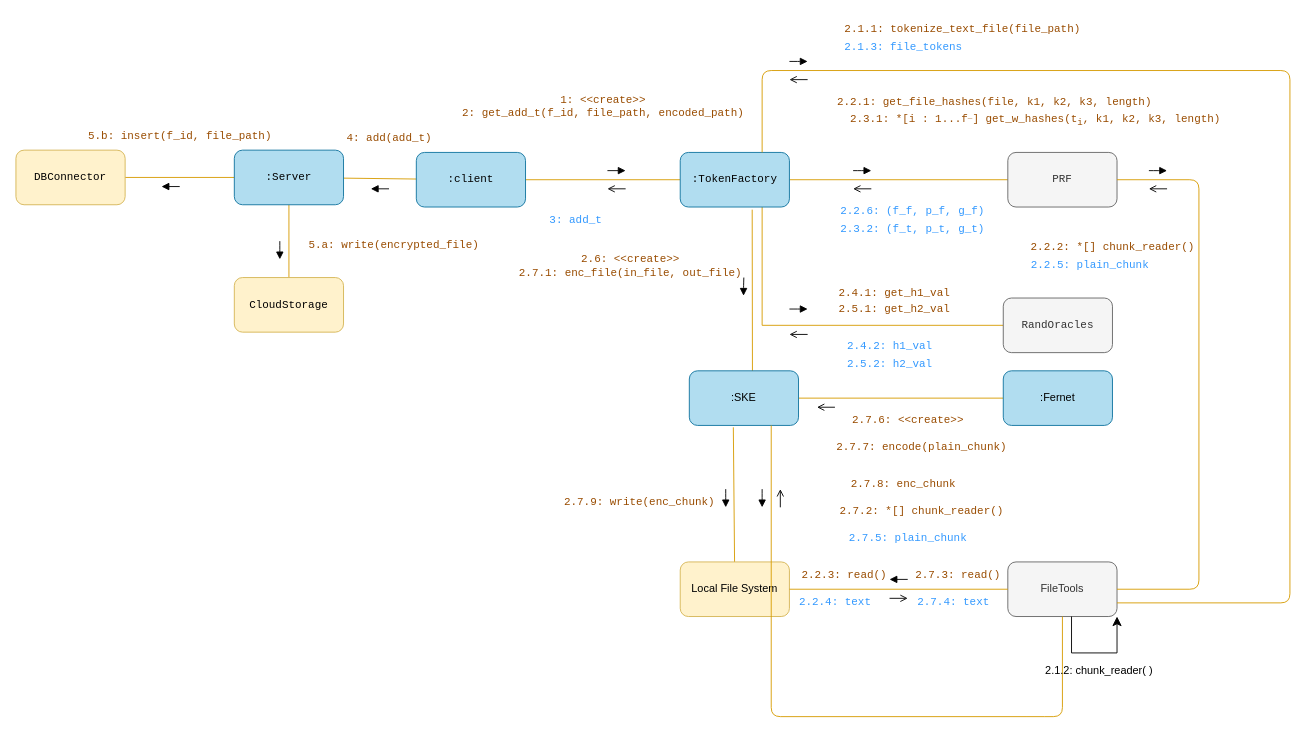
Above: page "add-communication" (2 of 4) of diagrams/behavioral/serevr-core.drawio in thisisel/dynamic-sse (draw.io), before the change. Source tidied: cells renumbered, new cells numbered last; positions are measured from the earlier drawing's top-left corner, leaving out a move shared by most shapes. Both pictures are drawn from the tidied source at 91%, with x=0, y=0 at pixel (15, 15).
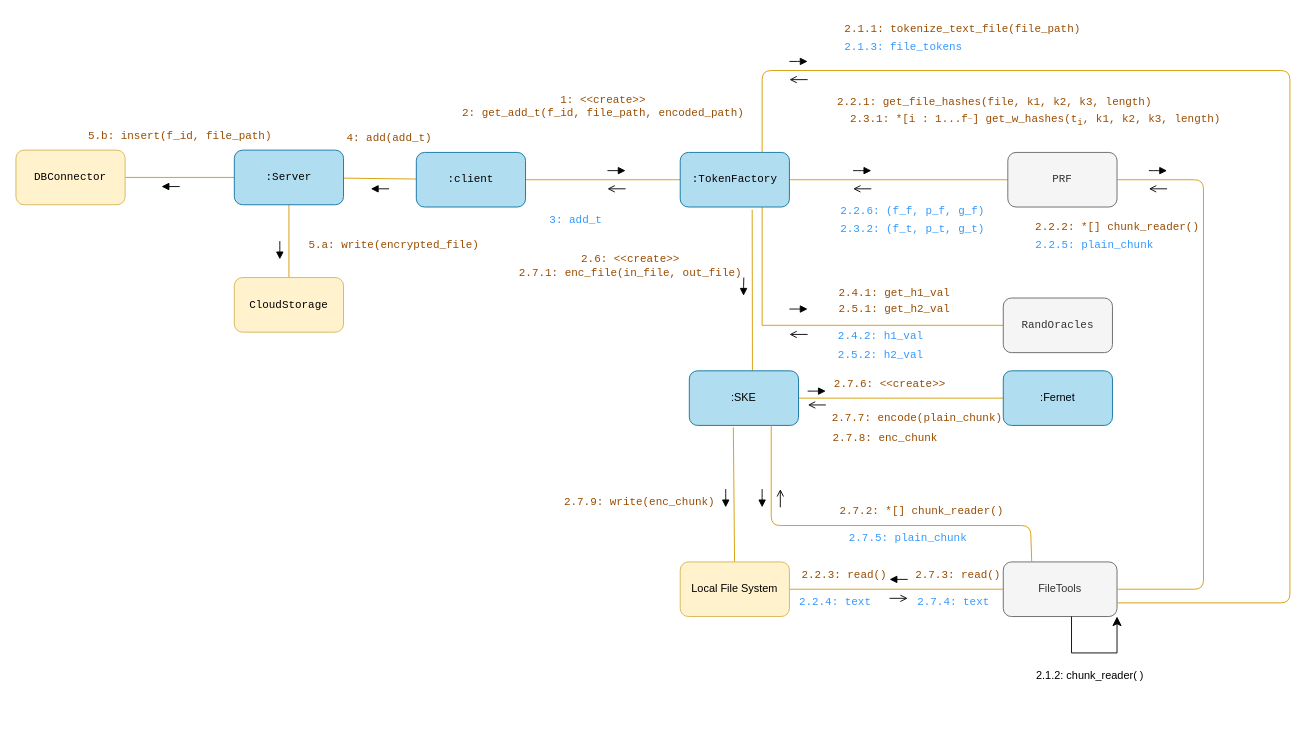
After the change.

The change refers to these unchanged cells:
```xml
<mxCell id="9" value="PRF" style="whiteSpace=wrap;html=1;rounded=1;fontFamily=Courier New;fillColor=#f5f5f5;strokeColor=#666666;fontColor=#333333;" parent="1" vertex="1">
  <mxGeometry x="1090" y="150" width="120" height="60" as="geometry" />
</mxCell>
<mxCell id="24" value=":SKE" style="rounded=1;whiteSpace=wrap;html=1;fillColor=#b1ddf0;strokeColor=#10739e;" parent="1" vertex="1">
  <mxGeometry x="740" y="390" width="120" height="60" as="geometry" />
</mxCell>
```

Diff of the diagram source:
```diff
@@
     <mxCell id="31" value="&lt;font color=&quot;#3399ff&quot;&gt;2.4.2: h1_val&lt;/font&gt;" style="text;html=1;align=center;verticalAlign=middle;strokeColor=none;fillColor=none;fontFamily=Courier New;" parent="1" vertex="1">
-      <mxGeometry x="900" y="347.5" width="120" height="30" as="geometry" />
+      <mxGeometry x="890" y="337.5" width="120" height="30" as="geometry" />
     </mxCell>
@@
     <mxCell id="33" value="&lt;font color=&quot;#3399ff&quot;&gt;2.5.2: h2_val&lt;/font&gt;" style="text;html=1;align=center;verticalAlign=middle;strokeColor=none;fillColor=none;fontFamily=Courier New;" parent="1" vertex="1">
-      <mxGeometry x="900" y="367.5" width="120" height="30" as="geometry" />
+      <mxGeometry x="890" y="357.5" width="120" height="30" as="geometry" />
     </mxCell>
@@
     <mxCell id="40" value="FileTools" style="whiteSpace=wrap;html=1;fillColor=#f5f5f5;strokeColor=#666666;rounded=1;fontColor=#333333;" parent="1" vertex="1">
-      <mxGeometry x="1090" y="600" width="120" height="60" as="geometry" />
+      <mxGeometry x="1085" y="600" width="125" height="60" as="geometry" />
     </mxCell>
-    <mxCell id="41" style="edgeStyle=none;html=1;endArrow=none;endFill=0;fillColor=#ffe6cc;strokeColor=#d79b00;exitX=0.75;exitY=1;exitDx=0;exitDy=0;" parent="1" edge="1" source="24" target="40">
+    <mxCell id="41" style="edgeStyle=none;html=1;endArrow=none;endFill=0;fillColor=#ffe6cc;strokeColor=#d79b00;exitX=0.75;exitY=1;exitDx=0;exitDy=0;entryX=0.25;entryY=0;entryDx=0;entryDy=0;" parent="1" edge="1" source="24" target="40">
       <mxGeometry relative="1" as="geometry">
         <Array as="points">
-          <mxPoint x="830" y="770" />
-          <mxPoint x="1120" y="770" />
-          <mxPoint x="1150" y="770" />
+          <mxPoint x="830" y="560" />
+          <mxPoint x="1115" y="560" />
         </Array>
       </mxGeometry>
     </mxCell>
@@
     <mxCell id="51" value="&lt;font color=&quot;#994c00&quot;&gt;2.7.6: &amp;lt;&amp;lt;create&amp;gt;&amp;gt;&lt;br&gt;&lt;/font&gt;" style="text;html=1;align=center;verticalAlign=middle;strokeColor=none;fillColor=none;fontFamily=Courier New;" parent="1" vertex="1">
-      <mxGeometry x="905" y="430" width="150" height="30" as="geometry" />
+      <mxGeometry x="885" y="390" width="150" height="30" as="geometry" />
     </mxCell>
     <mxCell id="52" value="&lt;font color=&quot;#994c00&quot;&gt;2.7.7: encode(plain_chunk)&lt;br&gt;&lt;/font&gt;" style="text;html=1;align=center;verticalAlign=middle;strokeColor=none;fillColor=none;fontFamily=Courier New;" parent="1" vertex="1">
-      <mxGeometry x="890" y="460" width="210" height="30" as="geometry" />
+      <mxGeometry x="885" y="427.5" width="210" height="30" as="geometry" />
     </mxCell>
     <mxCell id="53" value="&lt;font color=&quot;#994c00&quot;&gt;2.7.8: enc_chunk&lt;br&gt;&lt;/font&gt;" style="text;html=1;align=center;verticalAlign=middle;strokeColor=none;fillColor=none;fontFamily=Courier New;" parent="1" vertex="1">
-      <mxGeometry x="905" y="500" width="140" height="30" as="geometry" />
+      <mxGeometry x="885" y="450" width="140" height="30" as="geometry" />
     </mxCell>
-    <mxCell id="54" style="edgeStyle=none;jettySize=auto;html=1;endArrow=none;endFill=0;exitX=1;exitY=0.5;exitDx=0;exitDy=0;fillColor=#ffe6cc;strokeColor=#d79b00;" parent="1" edge="1" source="9">
+    <mxCell id="54" style="edgeStyle=none;jettySize=auto;html=1;endArrow=none;endFill=0;exitX=1;exitY=0.5;exitDx=0;exitDy=0;fillColor=#ffe6cc;strokeColor=#d79b00;entryX=1;entryY=0.5;entryDx=0;entryDy=0;" parent="1" edge="1" source="9" target="40">
       <mxGeometry relative="1" as="geometry">
-        <mxPoint x="1210" y="630" as="targetPoint" />
         <Array as="points">
-          <mxPoint x="1300" y="180" />
-          <mxPoint x="1300" y="630" />
+          <mxPoint x="1305" y="180" />
+          <mxPoint x="1305" y="630" />
         </Array>
       </mxGeometry>
     </mxCell>
     <mxCell id="55" style="html=1;verticalAlign=bottom;labelBackgroundColor=none;endArrow=open;endFill=0;fontFamily=Courier New;fillColor=#ffe6cc;strokeColor=#000000;" parent="1" edge="1">
       <mxGeometry relative="1" as="geometry">
-        <mxPoint x="900" y="430" as="sourcePoint" />
-        <mxPoint x="880.3" y="430" as="targetPoint" />
+        <mxPoint x="890" y="427.5" as="sourcePoint" />
+        <mxPoint x="870.3" y="427.5" as="targetPoint" />
       </mxGeometry>
     </mxCell>
     <mxCell id="56" value="&lt;font color=&quot;#994c00&quot;&gt;2.2.2: *[] chunk_reader()&lt;br&gt;&lt;/font&gt;" style="text;html=1;align=center;verticalAlign=middle;strokeColor=none;fillColor=none;fontFamily=Courier New;" parent="1" vertex="1">
-      <mxGeometry x="1105" y="240" width="200" height="30" as="geometry" />
+      <mxGeometry x="1110" y="217.5" width="200" height="30" as="geometry" />
     </mxCell>
     <mxCell id="57" value="&lt;font color=&quot;#3399ff&quot;&gt;2.2.5: plain_chunk&lt;/font&gt;" style="text;html=1;align=center;verticalAlign=middle;strokeColor=none;fillColor=none;fontFamily=Courier New;" parent="1" vertex="1">
-      <mxGeometry x="1105" y="260" width="150" height="30" as="geometry" />
+      <mxGeometry x="1110" y="237.5" width="150" height="30" as="geometry" />
     </mxCell>
@@
     <mxCell id="69" value="2.1.2: chunk_reader( )" style="text;html=1;align=center;verticalAlign=middle;strokeColor=none;fillColor=none;" parent="1" vertex="1">
-      <mxGeometry x="1120" y="705" width="140" height="30" as="geometry" />
+      <mxGeometry x="1110" y="710" width="140" height="30" as="geometry" />
     </mxCell>
@@
+    <mxCell id="76" style="html=1;verticalAlign=bottom;labelBackgroundColor=none;endArrow=block;endFill=1;fontFamily=Courier New;fillColor=#ffe6cc;strokeColor=#000000;" parent="1" edge="1">
+      <mxGeometry relative="1" as="geometry">
+        <mxPoint x="870" y="412.3" as="sourcePoint" />
+        <mxPoint x="890" y="412.3" as="targetPoint" />
+        <Array as="points">
+          <mxPoint x="880" y="412.3" />
+        </Array>
+      </mxGeometry>
+    </mxCell>
```
